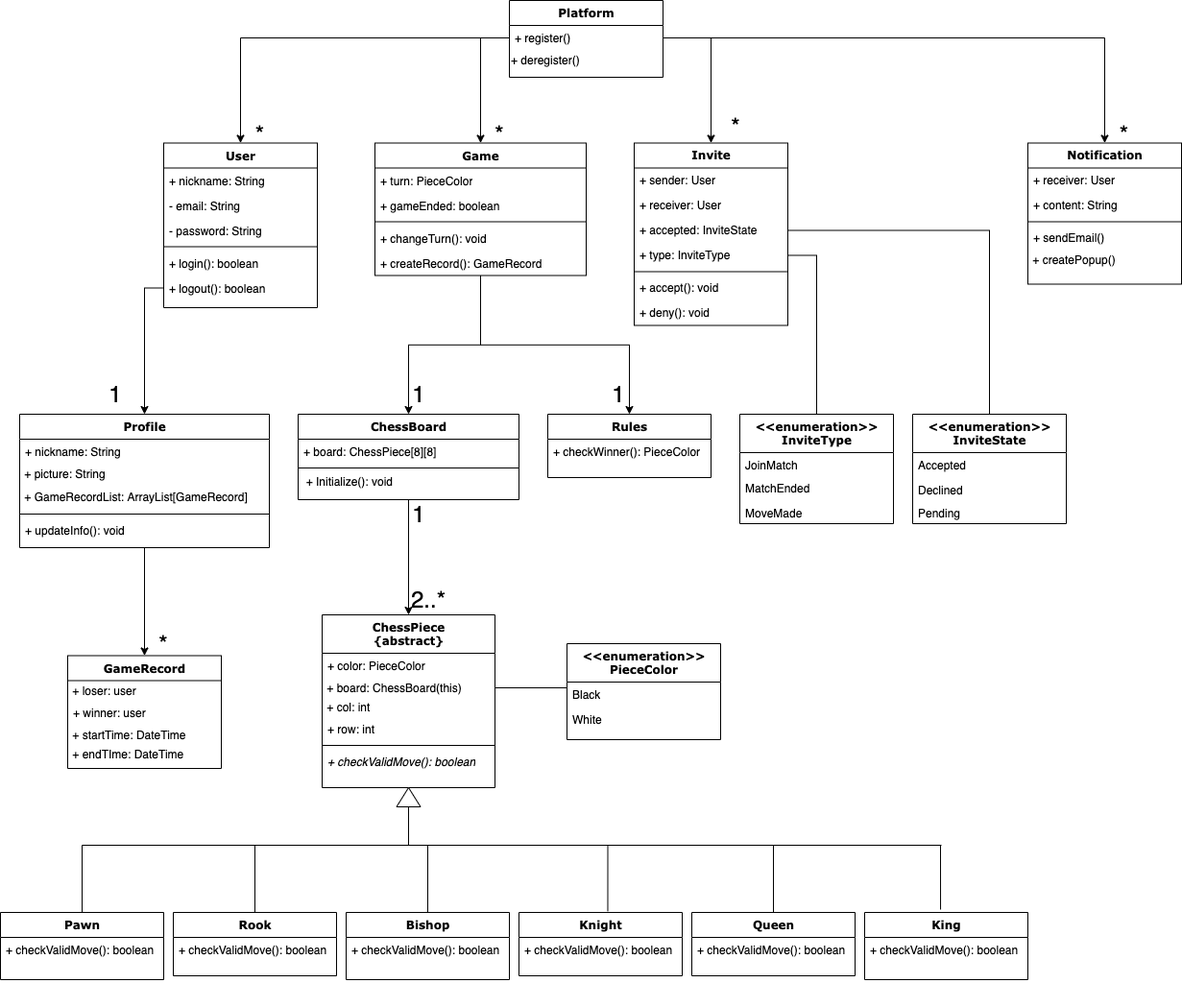
Above: reports/UML.png in honeybadgerofdoom/blank_web_app (draw.io), before the change. Source tidied: cells renumbered, new cells last; positions are measured from the earlier drawing's top-left corner, leaving out a move shared by most shapes.
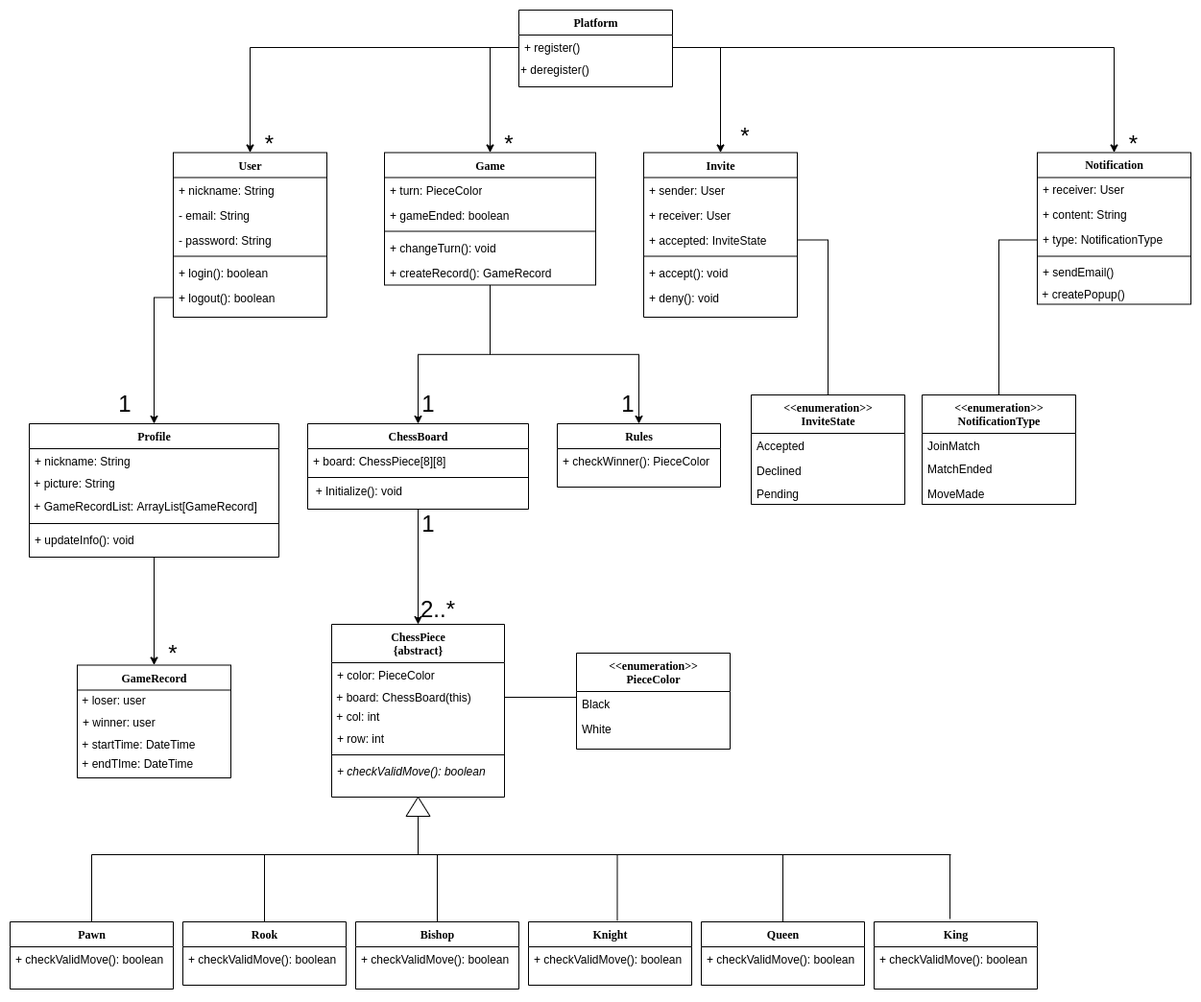
The same file after the commit.

Commit message:
NotificationType instead of InviteType

The edit, as a diff of the source:
```diff
@@ -57,7 +57,7 @@
       <mxGeometry y="112" width="220" height="26" as="geometry" />
     </mxCell>
     <mxCell id="20" value="Invite" style="swimlane;html=1;fontStyle=1;align=center;verticalAlign=top;horizontal=1;startSize=26;swimlaneFillColor=#ffffff;rounded=0;shadow=0;comic=0;labelBackgroundColor=none;strokeWidth=1;fillColor=none;fontFamily=Verdana;fontSize=12;" parent="1" vertex="1">
-      <mxGeometry x="660" y="148.5" width="160" height="190" as="geometry" />
+      <mxGeometry x="660" y="148.5" width="160" height="171.5" as="geometry" />
     </mxCell>
     <mxCell id="21" value="+ sender: User" style="text;html=1;strokeColor=none;fillColor=none;align=left;verticalAlign=top;spacingLeft=4;spacingRight=4;whiteSpace=wrap;overflow=hidden;" parent="20" vertex="1">
       <mxGeometry y="26" width="160" height="26" as="geometry" />
@@ -68,20 +68,17 @@
     <mxCell id="23" value="+ accepted: InviteState" style="text;html=1;strokeColor=none;fillColor=none;align=left;verticalAlign=top;spacingLeft=4;spacingRight=4;whiteSpace=wrap;overflow=hidden;points=[[0,0.5],[1,0.5]];portConstraint=eastwest;" parent="20" vertex="1">
       <mxGeometry y="78" width="160" height="26" as="geometry" />
     </mxCell>
-    <mxCell id="24" value="+ type: InviteType" style="text;html=1;strokeColor=none;fillColor=none;align=left;verticalAlign=top;spacingLeft=4;spacingRight=4;whiteSpace=wrap;overflow=hidden;points=[[0,0.5],[1,0.5]];portConstraint=eastwest;" parent="20" vertex="1">
-      <mxGeometry y="104" width="160" height="26" as="geometry" />
-    </mxCell>
     <mxCell id="25" style="line;html=1;strokeWidth=1;fillColor=none;align=left;verticalAlign=middle;spacingTop=-1;spacingLeft=3;spacingRight=3;labelPosition=right;" parent="20" vertex="1">
-      <mxGeometry y="130" width="160" height="8" as="geometry" />
+      <mxGeometry y="104" width="160" height="8" as="geometry" />
     </mxCell>
     <mxCell id="26" value="+ accept(): void&lt;span style=&quot;color: rgba(0 , 0 , 0 , 0) ; font-family: monospace ; font-size: 0px&quot;&gt;%3CmxGraphModel%3E%3Croot%3E%3CmxCell%20id%3D%220%22%2F%3E%3CmxCell%20id%3D%221%22%20parent%3D%220%22%2F%3E%3CmxCell%20id%3D%222%22%20value%3D%22%26amp%3Blt%3B%26amp%3Blt%3Benumeration%26amp%3Bgt%3B%26amp%3Bgt%3B%26lt%3Bbr%26gt%3BInviteState%22%20style%3D%22swimlane%3Bhtml%3D1%3BfontStyle%3D1%3Balign%3Dcenter%3BverticalAlign%3Dtop%3BchildLayout%3DstackLayout%3Bhorizontal%3D1%3BstartSize%3D40%3BhorizontalStack%3D0%3BresizeParent%3D1%3BresizeLast%3D0%3Bcollapsible%3D1%3BmarginBottom%3D0%3BswimlaneFillColor%3D%23ffffff%3Brounded%3D0%3Bshadow%3D0%3Bcomic%3D0%3BlabelBackgroundColor%3Dnone%3BstrokeWidth%3D1%3BfillColor%3Dnone%3BfontFamily%3DVerdana%3BfontSize%3D12%22%20vertex%3D%221%22%20parent%3D%221%22%3E%3CmxGeometry%20x%3D%22660%22%20y%3D%22230%22%20width%3D%22160%22%20height%3D%22114%22%20as%3D%22geometry%22%2F%3E%3C%2FmxCell%3E%3CmxCell%20id%3D%223%22%20value%3D%22Accepted%22%20style%3D%22text%3Bhtml%3D1%3BstrokeColor%3Dnone%3BfillColor%3Dnone%3Balign%3Dleft%3BverticalAlign%3Dtop%3BspacingLeft%3D4%3BspacingRight%3D4%3BwhiteSpace%3Dwrap%3Boverflow%3Dhidden%3Brotatable%3D0%3Bpoints%3D%5B%5B0%2C0.5%5D%2C%5B1%2C0.5%5D%5D%3BportConstraint%3Deastwest%3B%22%20vertex%3D%221%22%20parent%3D%222%22%3E%3CmxGeometry%20y%3D%2240%22%20width%3D%22160%22%20height%3D%2226%22%20as%3D%22geometry%22%2F%3E%3C%2FmxCell%3E%3CmxCell%20id%3D%224%22%20value%3D%22Declined%22%20style%3D%22text%3Bhtml%3D1%3BstrokeColor%3Dnone%3BfillColor%3Dnone%3Balign%3Dleft%3BverticalAlign%3Dtop%3BspacingLeft%3D4%3BspacingRight%3D4%3BwhiteSpace%3Dwrap%3Boverflow%3Dhidden%3Brotatable%3D0%3Bpoints%3D%5B%5B0%2C0.5%5D%2C%5B1%2C0.5%5D%5D%3BportConstraint%3Deastwest%3B%22%20vertex%3D%221%22%20parent%3D%222%22%3E%3CmxGeometry%20y%3D%2266%22%20width%3D%22160%22%20height%3D%2224%22%20as%3D%22geometry%22%2F%3E%3C%2FmxCell%3E%3CmxCell%20id%3D%225%22%20value%3D%22Pending%22%20style%3D%22text%3Bhtml%3D1%3BstrokeColor%3Dnone%3BfillColor%3Dnone%3Balign%3Dleft%3BverticalAlign%3Dtop%3BspacingLeft%3D4%3BspacingRight%3D4%3BwhiteSpace%3Dwrap%3Boverflow%3Dhidden%3Brotatable%3D0%3Bpoints%3D%5B%5B0%2C0.5%5D%2C%5B1%2C0.5%5D%5D%3BportConstraint%3Deastwest%3B%22%20vertex%3D%221%22%20parent%3D%222%22%3E%3CmxGeometry%20y%3D%2290%22%20width%3D%22160%22%20height%3D%2224%22%20as%3D%22geometry%22%2F%3E%3C%2FmxCell%3E%3C%2Froot%3E%3C%2FmxGraphModel%3E&lt;/span&gt;&lt;span style=&quot;color: rgba(0 , 0 , 0 , 0) ; font-family: monospace ; font-size: 0px&quot;&gt;%3CmxGraphModel%3E%3Croot%3E%3CmxCell%20id%3D%220%22%2F%3E%3CmxCell%20id%3D%221%22%20parent%3D%220%22%2F%3E%3CmxCell%20id%3D%222%22%20value%3D%22%26amp%3Blt%3B%26amp%3Blt%3Benumeration%26amp%3Bgt%3B%26amp%3Bgt%3B%26lt%3Bbr%26gt%3BInviteState%22%20style%3D%22swimlane%3Bhtml%3D1%3BfontStyle%3D1%3Balign%3Dcenter%3BverticalAlign%3Dtop%3BchildLayout%3DstackLayout%3Bhorizontal%3D1%3BstartSize%3D40%3BhorizontalStack%3D0%3BresizeParent%3D1%3BresizeLast%3D0%3Bcollapsible%3D1%3BmarginBottom%3D0%3BswimlaneFillColor%3D%23ffffff%3Brounded%3D0%3Bshadow%3D0%3Bcomic%3D0%3BlabelBackgroundColor%3Dnone%3BstrokeWidth%3D1%3BfillColor%3Dnone%3BfontFamily%3DVerdana%3BfontSize%3D12%22%20vertex%3D%221%22%20parent%3D%221%22%3E%3CmxGeometry%20x%3D%22660%22%20y%3D%22230%22%20width%3D%22160%22%20height%3D%22114%22%20as%3D%22geometry%22%2F%3E%3C%2FmxCell%3E%3CmxCell%20id%3D%223%22%20value%3D%22Accepted%22%20style%3D%22text%3Bhtml%3D1%3BstrokeColor%3Dnone%3BfillColor%3Dnone%3Balign%3Dleft%3BverticalAlign%3Dtop%3BspacingLeft%3D4%3BspacingRight%3D4%3BwhiteSpace%3Dwrap%3Boverflow%3Dhidden%3Brotatable%3D0%3Bpoints%3D%5B%5B0%2C0.5%5D%2C%5B1%2C0.5%5D%5D%3BportConstraint%3Deastwest%3B%22%20vertex%3D%221%22%20parent%3D%222%22%3E%3CmxGeometry%20y%3D%2240%22%20width%3D%22160%22%20height%3D%2226%22%20as%3D%22geometry%22%2F%3E%3C%2FmxCell%3E%3CmxCell%20id%3D%224%22%20value%3D%22Declined%22%20style%3D%22text%3Bhtml%3D1%3BstrokeColor%3Dnone%3BfillColor%3Dnone%3Balign%3Dleft%3BverticalAlign%3Dtop%3BspacingLeft%3D4%3BspacingRight%3D4%3BwhiteSpace%3Dwrap%3Boverflow%3Dhidden%3Brotatable%3D0%3Bpoints%3D%5B%5B0%2C0.5%5D%2C%5B1%2C0.5%5D%5D%3BportConstraint%3Deastwest%3B%22%20vertex%3D%221%22%20parent%3D%222%22%3E%3CmxGeometry%20y%3D%2266%22%20width%3D%22160%22%20height%3D%2224%22%20as%3D%22geometry%22%2F%3E%3C%2FmxCell%3E%3CmxCell%20id%3D%225%22%20value%3D%22Pending%22%20style%3D%22text%3Bhtml%3D1%3BstrokeColor%3Dnone%3BfillColor%3Dnone%3Balign%3Dleft%3BverticalAlign%3Dtop%3BspacingLeft%3D4%3BspacingRight%3D4%3BwhiteSpace%3Dwrap%3Boverflow%3Dhidden%3Brotatable%3D0%3Bpoints%3D%5B%5B0%2C0.5%5D%2C%5B1%2C0.5%5D%5D%3BportConstraint%3Deastwest%3B%22%20vertex%3D%221%22%20parent%3D%222%22%3E%3CmxGeometry%20y%3D%2290%22%20width%3D%22160%22%20height%3D%2224%22%20as%3D%22geometry%22%2F%3E%3C%2FmxCell%3E%3C%2Froot%3E%3C%2FmxGraphModel%3E&lt;/span&gt;" style="text;html=1;strokeColor=none;fillColor=none;align=left;verticalAlign=top;spacingLeft=4;spacingRight=4;whiteSpace=wrap;overflow=hidden;" parent="20" vertex="1">
-      <mxGeometry y="138" width="160" height="26" as="geometry" />
+      <mxGeometry y="112" width="160" height="26" as="geometry" />
     </mxCell>
     <mxCell id="27" value="+ deny(): void&lt;span style=&quot;color: rgba(0 , 0 , 0 , 0) ; font-family: monospace ; font-size: 0px&quot;&gt;%3CmxGraphModel%3E%3Croot%3E%3CmxCell%20id%3D%220%22%2F%3E%3CmxCell%20id%3D%221%22%20parent%3D%220%22%2F%3E%3CmxCell%20id%3D%222%22%20value%3D%22%26amp%3Blt%3B%26amp%3Blt%3Benumeration%26amp%3Bgt%3B%26amp%3Bgt%3B%26lt%3Bbr%26gt%3BInviteState%22%20style%3D%22swimlane%3Bhtml%3D1%3BfontStyle%3D1%3Balign%3Dcenter%3BverticalAlign%3Dtop%3BchildLayout%3DstackLayout%3Bhorizontal%3D1%3BstartSize%3D40%3BhorizontalStack%3D0%3BresizeParent%3D1%3BresizeLast%3D0%3Bcollapsible%3D1%3BmarginBottom%3D0%3BswimlaneFillColor%3D%23ffffff%3Brounded%3D0%3Bshadow%3D0%3Bcomic%3D0%3BlabelBackgroundColor%3Dnone%3BstrokeWidth%3D1%3BfillColor%3Dnone%3BfontFamily%3DVerdana%3BfontSize%3D12%22%20vertex%3D%221%22%20parent%3D%221%22%3E%3CmxGeometry%20x%3D%22660%22%20y%3D%22230%22%20width%3D%22160%22%20height%3D%22114%22%20as%3D%22geometry%22%2F%3E%3C%2FmxCell%3E%3CmxCell%20id%3D%223%22%20value%3D%22Accepted%22%20style%3D%22text%3Bhtml%3D1%3BstrokeColor%3Dnone%3BfillColor%3Dnone%3Balign%3Dleft%3BverticalAlign%3Dtop%3BspacingLeft%3D4%3BspacingRight%3D4%3BwhiteSpace%3Dwrap%3Boverflow%3Dhidden%3Brotatable%3D0%3Bpoints%3D%5B%5B0%2C0.5%5D%2C%5B1%2C0.5%5D%5D%3BportConstraint%3Deastwest%3B%22%20vertex%3D%221%22%20parent%3D%222%22%3E%3CmxGeometry%20y%3D%2240%22%20width%3D%22160%22%20height%3D%2226%22%20as%3D%22geometry%22%2F%3E%3C%2FmxCell%3E%3CmxCell%20id%3D%224%22%20value%3D%22Declined%22%20style%3D%22text%3Bhtml%3D1%3BstrokeColor%3Dnone%3BfillColor%3Dnone%3Balign%3Dleft%3BverticalAlign%3Dtop%3BspacingLeft%3D4%3BspacingRight%3D4%3BwhiteSpace%3Dwrap%3Boverflow%3Dhidden%3Brotatable%3D0%3Bpoints%3D%5B%5B0%2C0.5%5D%2C%5B1%2C0.5%5D%5D%3BportConstraint%3Deastwest%3B%22%20vertex%3D%221%22%20parent%3D%222%22%3E%3CmxGeometry%20y%3D%2266%22%20width%3D%22160%22%20height%3D%2224%22%20as%3D%22geometry%22%2F%3E%3C%2FmxCell%3E%3CmxCell%20id%3D%225%22%20value%3D%22Pending%22%20style%3D%22text%3Bhtml%3D1%3BstrokeColor%3Dnone%3BfillColor%3Dnone%3Balign%3Dleft%3BverticalAlign%3Dtop%3BspacingLeft%3D4%3BspacingRight%3D4%3BwhiteSpace%3Dwrap%3Boverflow%3Dhidden%3Brotatable%3D0%3Bpoints%3D%5B%5B0%2C0.5%5D%2C%5B1%2C0.5%5D%5D%3BportConstraint%3Deastwest%3B%22%20vertex%3D%221%22%20parent%3D%222%22%3E%3CmxGeometry%20y%3D%2290%22%20width%3D%22160%22%20height%3D%2224%22%20as%3D%22geometry%22%2F%3E%3C%2FmxCell%3E%3C%2Froot%3E%3C%2FmxGraphModel%3E&lt;/span&gt;&lt;span style=&quot;color: rgba(0 , 0 , 0 , 0) ; font-family: monospace ; font-size: 0px&quot;&gt;%3CmxGraphModel%3E%3Croot%3E%3CmxCell%20id%3D%220%22%2F%3E%3CmxCell%20id%3D%221%22%20parent%3D%220%22%2F%3E%3CmxCell%20id%3D%222%22%20value%3D%22%26amp%3Blt%3B%26amp%3Blt%3Benumeration%26amp%3Bgt%3B%26amp%3Bgt%3B%26lt%3Bbr%26gt%3BInviteState%22%20style%3D%22swimlane%3Bhtml%3D1%3BfontStyle%3D1%3Balign%3Dcenter%3BverticalAlign%3Dtop%3BchildLayout%3DstackLayout%3Bhorizontal%3D1%3BstartSize%3D40%3BhorizontalStack%3D0%3BresizeParent%3D1%3BresizeLast%3D0%3Bcollapsible%3D1%3BmarginBottom%3D0%3BswimlaneFillColor%3D%23ffffff%3Brounded%3D0%3Bshadow%3D0%3Bcomic%3D0%3BlabelBackgroundColor%3Dnone%3BstrokeWidth%3D1%3BfillColor%3Dnone%3BfontFamily%3DVerdana%3BfontSize%3D12%22%20vertex%3D%221%22%20parent%3D%221%22%3E%3CmxGeometry%20x%3D%22660%22%20y%3D%22230%22%20width%3D%22160%22%20height%3D%22114%22%20as%3D%22geometry%22%2F%3E%3C%2FmxCell%3E%3CmxCell%20id%3D%223%22%20value%3D%22Accepted%22%20style%3D%22text%3Bhtml%3D1%3BstrokeColor%3Dnone%3BfillColor%3Dnone%3Balign%3Dleft%3BverticalAlign%3Dtop%3BspacingLeft%3D4%3BspacingRight%3D4%3BwhiteSpace%3Dwrap%3Boverflow%3Dhidden%3Brotatable%3D0%3Bpoints%3D%5B%5B0%2C0.5%5D%2C%5B1%2C0.5%5D%5D%3BportConstraint%3Deastwest%3B%22%20vertex%3D%221%22%20parent%3D%222%22%3E%3CmxGeometry%20y%3D%2240%22%20width%3D%22160%22%20height%3D%2226%22%20as%3D%22geometry%22%2F%3E%3C%2FmxCell%3E%3CmxCell%20id%3D%224%22%20value%3D%22Declined%22%20style%3D%22text%3Bhtml%3D1%3BstrokeColor%3Dnone%3BfillColor%3Dnone%3Balign%3Dleft%3BverticalAlign%3Dtop%3BspacingLeft%3D4%3BspacingRight%3D4%3BwhiteSpace%3Dwrap%3Boverflow%3Dhidden%3Brotatable%3D0%3Bpoints%3D%5B%5B0%2C0.5%5D%2C%5B1%2C0.5%5D%5D%3BportConstraint%3Deastwest%3B%22%20vertex%3D%221%22%20parent%3D%222%22%3E%3CmxGeometry%20y%3D%2266%22%20width%3D%22160%22%20height%3D%2224%22%20as%3D%22geometry%22%2F%3E%3C%2FmxCell%3E%3CmxCell%20id%3D%225%22%20value%3D%22Pending%22%20style%3D%22text%3Bhtml%3D1%3BstrokeColor%3Dnone%3BfillColor%3Dnone%3Balign%3Dleft%3BverticalAlign%3Dtop%3BspacingLeft%3D4%3BspacingRight%3D4%3BwhiteSpace%3Dwrap%3Boverflow%3Dhidden%3Brotatable%3D0%3Bpoints%3D%5B%5B0%2C0.5%5D%2C%5B1%2C0.5%5D%5D%3BportConstraint%3Deastwest%3B%22%20vertex%3D%221%22%20parent%3D%222%22%3E%3CmxGeometry%20y%3D%2290%22%20width%3D%22160%22%20height%3D%2224%22%20as%3D%22geometry%22%2F%3E%3C%2FmxCell%3E%3C%2Froot%3E%3C%2FmxGraphModel%3E&lt;/span&gt;" style="text;html=1;strokeColor=none;fillColor=none;align=left;verticalAlign=top;spacingLeft=4;spacingRight=4;whiteSpace=wrap;overflow=hidden;" parent="20" vertex="1">
-      <mxGeometry y="164" width="160" height="26" as="geometry" />
+      <mxGeometry y="138" width="160" height="26" as="geometry" />
     </mxCell>
     <mxCell id="28" value="Notification" style="swimlane;html=1;fontStyle=1;align=center;verticalAlign=top;horizontal=1;startSize=26;swimlaneFillColor=#ffffff;rounded=0;shadow=0;comic=0;labelBackgroundColor=none;strokeWidth=1;fillColor=none;fontFamily=Verdana;fontSize=12;" parent="1" vertex="1">
-      <mxGeometry x="1070" y="148.5" width="160" height="147" as="geometry" />
+      <mxGeometry x="1070" y="148.5" width="160" height="158" as="geometry" />
     </mxCell>
     <mxCell id="29" value="+ receiver: User" style="text;html=1;strokeColor=none;fillColor=none;align=left;verticalAlign=top;spacingLeft=4;spacingRight=4;whiteSpace=wrap;overflow=hidden;" parent="28" vertex="1">
       <mxGeometry y="26" width="160" height="26" as="geometry" />
@@ -89,14 +86,17 @@
     <mxCell id="30" value="+ content: String" style="text;html=1;strokeColor=none;fillColor=none;align=left;verticalAlign=top;spacingLeft=4;spacingRight=4;whiteSpace=wrap;overflow=hidden;" parent="28" vertex="1">
       <mxGeometry y="52" width="160" height="26" as="geometry" />
     </mxCell>
+    <mxCell id="109" value="+ type: NotificationType" style="text;html=1;strokeColor=none;fillColor=none;align=left;verticalAlign=top;spacingLeft=4;spacingRight=4;whiteSpace=wrap;overflow=hidden;points=[[0,0.5],[1,0.5]];portConstraint=eastwest;" parent="28" vertex="1">
+      <mxGeometry y="78" width="160" height="26" as="geometry" />
+    </mxCell>
     <mxCell id="31" style="line;html=1;strokeWidth=1;fillColor=none;align=left;verticalAlign=middle;spacingTop=-1;spacingLeft=3;spacingRight=3;labelPosition=right;" parent="28" vertex="1">
-      <mxGeometry y="78" width="160" height="8" as="geometry" />
+      <mxGeometry y="104" width="160" height="8" as="geometry" />
     </mxCell>
     <mxCell id="32" value="+ sendEmail()" style="text;html=1;strokeColor=none;fillColor=none;align=left;verticalAlign=top;spacingLeft=4;spacingRight=4;whiteSpace=wrap;overflow=hidden;" parent="28" vertex="1">
-      <mxGeometry y="86" width="160" height="26" as="geometry" />
+      <mxGeometry y="112" width="160" height="26" as="geometry" />
     </mxCell>
     <mxCell id="33" value="&amp;nbsp;+ createPopup()" style="text;html=1;strokeColor=none;fillColor=none;align=left;verticalAlign=middle;whiteSpace=wrap;rounded=0;" parent="28" vertex="1">
-      <mxGeometry y="112" width="160" height="20" as="geometry" />
+      <mxGeometry y="138" width="160" height="20" as="geometry" />
     </mxCell>
     <mxCell id="34" style="edgeStyle=orthogonalEdgeStyle;rounded=0;jettySize=auto;html=1;exitX=0.5;exitY=1;exitDx=0;exitDy=0;entryX=0.5;entryY=0;entryDx=0;entryDy=0;" parent="1" edge="1" source="35" target="57">
       <mxGeometry relative="1" as="geometry" />
@@ -255,7 +255,7 @@
       <mxGeometry y="66" width="160" height="24" as="geometry" />
     </mxCell>
     <mxCell id="79" value="&amp;lt;&amp;lt;enumeration&amp;gt;&amp;gt;&lt;br&gt;InviteState" style="swimlane;html=1;fontStyle=1;align=center;verticalAlign=top;horizontal=1;startSize=40;swimlaneFillColor=#ffffff;rounded=0;shadow=0;comic=0;labelBackgroundColor=none;strokeWidth=1;fillColor=none;fontFamily=Verdana;fontSize=12;" parent="1" vertex="1">
-      <mxGeometry x="950" y="431" width="160" height="114" as="geometry" />
+      <mxGeometry x="772" y="401" width="160" height="114" as="geometry" />
     </mxCell>
     <mxCell id="80" value="Accepted" style="text;html=1;strokeColor=none;fillColor=none;align=left;verticalAlign=top;spacingLeft=4;spacingRight=4;whiteSpace=wrap;overflow=hidden;" parent="79" vertex="1">
       <mxGeometry y="40" width="160" height="26" as="geometry" />
@@ -284,8 +284,8 @@
     <mxCell id="88" style="edgeStyle=orthogonalEdgeStyle;rounded=0;jettySize=auto;html=1;exitX=1;exitY=0.5;exitDx=0;exitDy=0;entryX=0.5;entryY=0;entryDx=0;entryDy=0;endArrow=none;endFill=0;" parent="1" edge="1" source="23" target="79">
       <mxGeometry relative="1" as="geometry" />
     </mxCell>
-    <mxCell id="89" value="&amp;lt;&amp;lt;enumeration&amp;gt;&amp;gt;&lt;br&gt;InviteType" style="swimlane;html=1;fontStyle=1;align=center;verticalAlign=top;horizontal=1;startSize=40;swimlaneFillColor=#ffffff;rounded=0;shadow=0;comic=0;labelBackgroundColor=none;strokeWidth=1;fillColor=none;fontFamily=Verdana;fontSize=12;" parent="1" vertex="1">
-      <mxGeometry x="770" y="431" width="160" height="114" as="geometry" />
+    <mxCell id="89" value="&amp;lt;&amp;lt;enumeration&amp;gt;&amp;gt;&lt;br&gt;NotificationType" style="swimlane;html=1;fontStyle=1;align=center;verticalAlign=top;horizontal=1;startSize=40;swimlaneFillColor=#ffffff;rounded=0;shadow=0;comic=0;labelBackgroundColor=none;strokeWidth=1;fillColor=none;fontFamily=Verdana;fontSize=12;" parent="1" vertex="1">
+      <mxGeometry x="950" y="401" width="160" height="114" as="geometry" />
     </mxCell>
     <mxCell id="90" value="JoinMatch" style="text;html=1;strokeColor=none;fillColor=none;align=left;verticalAlign=top;spacingLeft=4;spacingRight=4;whiteSpace=wrap;overflow=hidden;" parent="89" vertex="1">
       <mxGeometry y="40" width="160" height="24" as="geometry" />
@@ -296,7 +296,7 @@
     <mxCell id="92" value="MoveMade" style="text;html=1;strokeColor=none;fillColor=none;align=left;verticalAlign=top;spacingLeft=4;spacingRight=4;whiteSpace=wrap;overflow=hidden;" parent="89" vertex="1">
       <mxGeometry y="90" width="160" height="24" as="geometry" />
     </mxCell>
-    <mxCell id="93" style="edgeStyle=orthogonalEdgeStyle;rounded=0;jettySize=auto;html=1;exitX=1;exitY=0.5;exitDx=0;exitDy=0;entryX=0.5;entryY=0;entryDx=0;entryDy=0;startArrow=none;startFill=0;endArrow=none;endFill=0;" parent="1" edge="1" source="24" target="89">
+    <mxCell id="93" style="edgeStyle=orthogonalEdgeStyle;rounded=0;jettySize=auto;html=1;exitX=0;exitY=0.5;exitDx=0;exitDy=0;entryX=0.5;entryY=0;entryDx=0;entryDy=0;startArrow=none;startFill=0;endArrow=none;endFill=0;" parent="1" edge="1" source="109" target="89">
       <mxGeometry relative="1" as="geometry" />
     </mxCell>
     <mxCell id="94" style="edgeStyle=orthogonalEdgeStyle;rounded=0;jettySize=auto;html=1;exitX=1;exitY=0.5;exitDx=0;exitDy=0;entryX=0;entryY=0.231;entryDx=0;entryDy=0;entryPerimeter=0;endArrow=none;endFill=0;" parent="1" edge="1" source="59" target="77">
```
